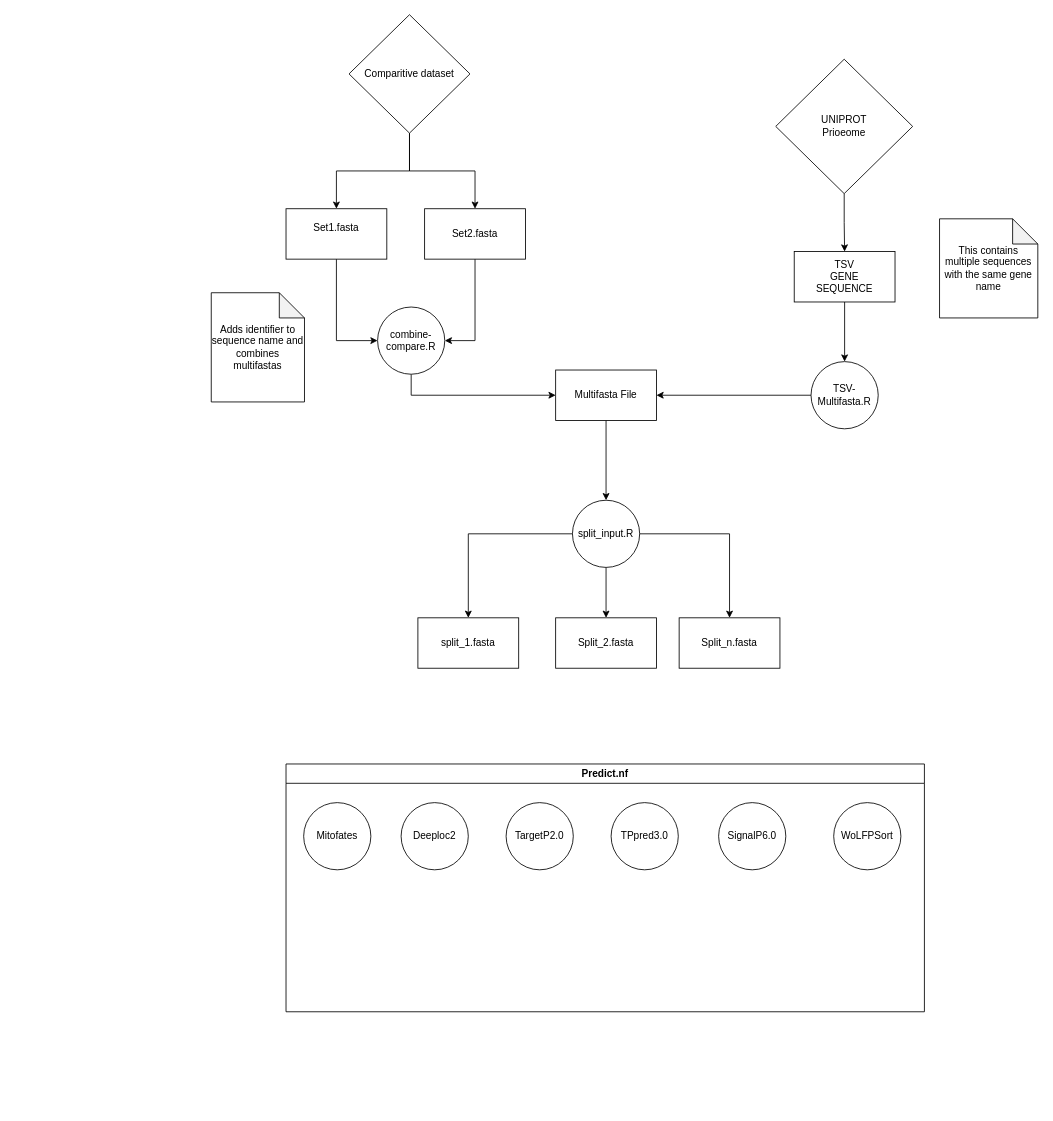
Earlier version of the draw.io diagram Worfklow_Diagram.drawio (k-meiklejohn/changeloc). Source tidied: cells renumbered, new cells numbered last; positions are measured from the earlier drawing's top-left corner, leaving out a move shared by most shapes. Both pictures are drawn from the tidied source at 84%, with x=0, y=0 at pixel (211, 14).
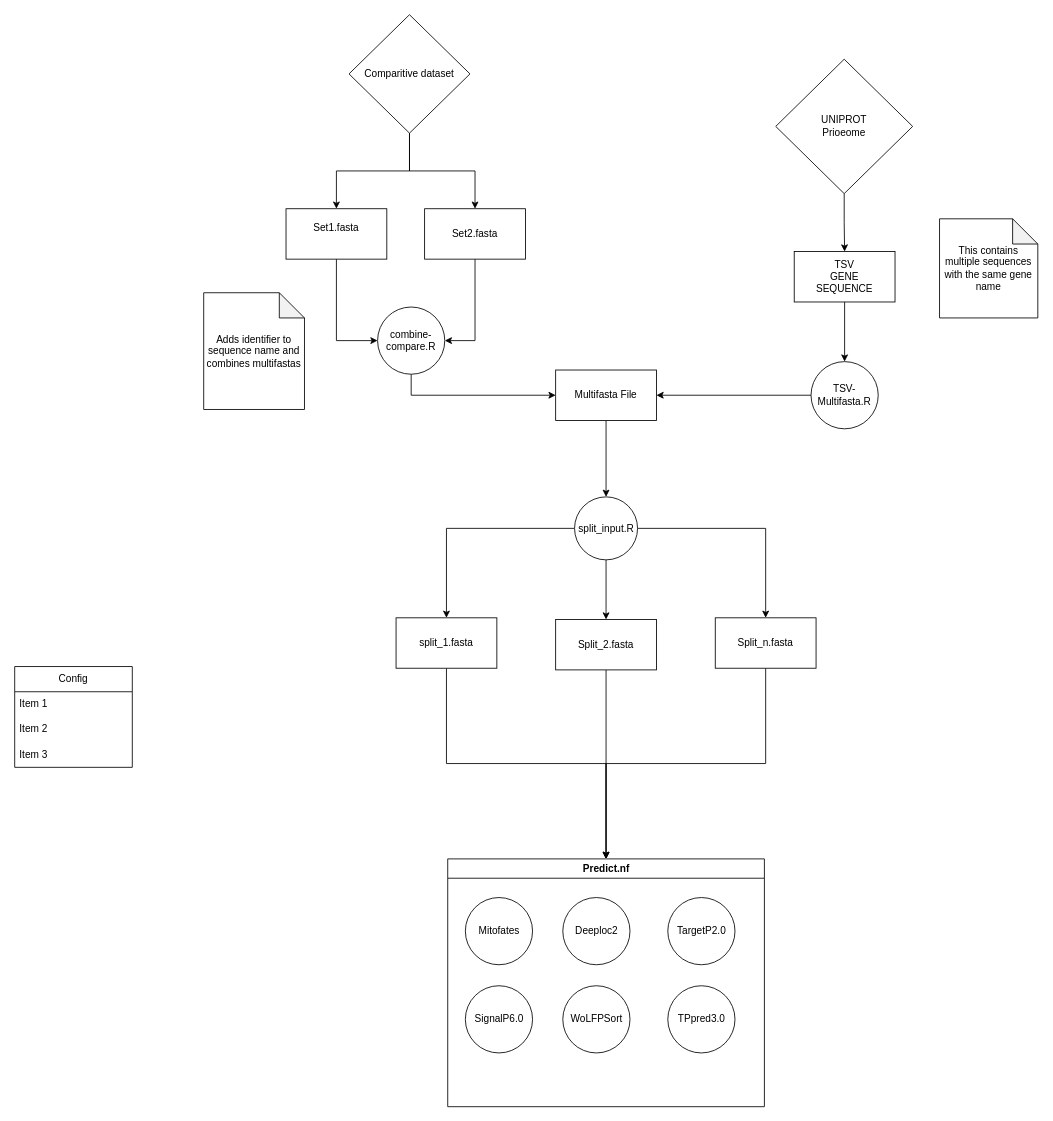
The same diagram, later.

The edit, as a diff of the source:
```diff
@@
     <mxCell id="20" value="Adds identifier to sequence name and combines multifastas" style="shape=note;whiteSpace=wrap;html=1;backgroundOutline=1;darkOpacity=0.05;" parent="1" vertex="1">
-      <mxGeometry y="331" width="111" height="130" as="geometry" />
+      <mxGeometry x="-9" y="331" width="120" height="139" as="geometry" />
     </mxCell>
@@
     <mxCell id="24" value="split_input.R" style="ellipse;whiteSpace=wrap;html=1;" parent="1" vertex="1">
-      <mxGeometry x="430" y="578" width="80" height="80" as="geometry" />
+      <mxGeometry x="432.5" y="574" width="75" height="75" as="geometry" />
     </mxCell>
     <mxCell id="25" value="Predict.nf" style="swimlane;whiteSpace=wrap;html=1;" parent="1" vertex="1">
-      <mxGeometry x="89" y="892" width="760" height="295" as="geometry" />
+      <mxGeometry x="281.5" y="1005" width="377" height="295" as="geometry" />
     </mxCell>
@@
     <mxCell id="29" value="TPpred3.0" style="ellipse;whiteSpace=wrap;html=1;" parent="25" vertex="1">
-      <mxGeometry x="387" y="46" width="80" height="80" as="geometry" />
+      <mxGeometry x="262" y="151" width="80" height="80" as="geometry" />
     </mxCell>
     <mxCell id="30" value="SignalP6.0" style="ellipse;whiteSpace=wrap;html=1;" parent="25" vertex="1">
-      <mxGeometry x="515" y="46" width="80" height="80" as="geometry" />
+      <mxGeometry x="21" y="151" width="80" height="80" as="geometry" />
     </mxCell>
     <mxCell id="31" value="WoLFPSort" style="ellipse;whiteSpace=wrap;html=1;" parent="25" vertex="1">
-      <mxGeometry x="652" y="46" width="80" height="80" as="geometry" />
+      <mxGeometry x="137" y="151" width="80" height="80" as="geometry" />
     </mxCell>
+    <mxCell id="35" style="edgeStyle=orthogonalEdgeStyle;rounded=0;jettySize=auto;html=1;" parent="1" edge="1" source="32" target="25">
+      <mxGeometry relative="1" as="geometry" />
+    </mxCell>
     <mxCell id="32" value="split_1.fasta" style="rounded=0;whiteSpace=wrap;html=1;" parent="1" vertex="1">
-      <mxGeometry x="246" y="718" width="120" height="60" as="geometry" />
+      <mxGeometry x="220" y="718" width="120" height="60" as="geometry" />
     </mxCell>
+    <mxCell id="36" style="edgeStyle=orthogonalEdgeStyle;rounded=0;jettySize=auto;html=1;" parent="1" edge="1" source="33" target="25">
+      <mxGeometry relative="1" as="geometry" />
+    </mxCell>
     <mxCell id="33" value="Split_2.fasta" style="rounded=0;whiteSpace=wrap;html=1;" parent="1" vertex="1">
-      <mxGeometry x="410" y="718" width="120" height="60" as="geometry" />
+      <mxGeometry x="410" y="720" width="120" height="60" as="geometry" />
     </mxCell>
+    <mxCell id="37" style="edgeStyle=orthogonalEdgeStyle;rounded=0;jettySize=auto;html=1;" parent="1" edge="1" source="34" target="25">
+      <mxGeometry relative="1" as="geometry" />
+    </mxCell>
     <mxCell id="34" value="Split_n.fasta" style="rounded=0;whiteSpace=wrap;html=1;" parent="1" vertex="1">
-      <mxGeometry x="557" y="718" width="120" height="60" as="geometry" />
+      <mxGeometry x="600" y="718" width="120" height="60" as="geometry" />
     </mxCell>
+    <mxCell id="38" value="Config" style="swimlane;fontStyle=0;horizontal=1;startSize=30;whiteSpace=wrap;html=1;" parent="1" vertex="1">
+      <mxGeometry x="-234" y="776" width="140" height="120" as="geometry" />
+    </mxCell>
+    <mxCell id="39" value="Item 1" style="text;strokeColor=none;fillColor=none;align=left;verticalAlign=middle;spacingLeft=4;spacingRight=4;overflow=hidden;whiteSpace=wrap;html=1;" parent="38" vertex="1">
+      <mxGeometry y="30" width="140" height="30" as="geometry" />
+    </mxCell>
+    <mxCell id="40" value="Item 2" style="text;strokeColor=none;fillColor=none;align=left;verticalAlign=middle;spacingLeft=4;spacingRight=4;overflow=hidden;whiteSpace=wrap;html=1;" parent="38" vertex="1">
+      <mxGeometry y="60" width="140" height="30" as="geometry" />
+    </mxCell>
+    <mxCell id="41" value="Item 3" style="text;strokeColor=none;fillColor=none;align=left;verticalAlign=middle;spacingLeft=4;spacingRight=4;overflow=hidden;whiteSpace=wrap;html=1;" parent="38" vertex="1">
+      <mxGeometry y="90" width="140" height="30" as="geometry" />
+    </mxCell>
```
